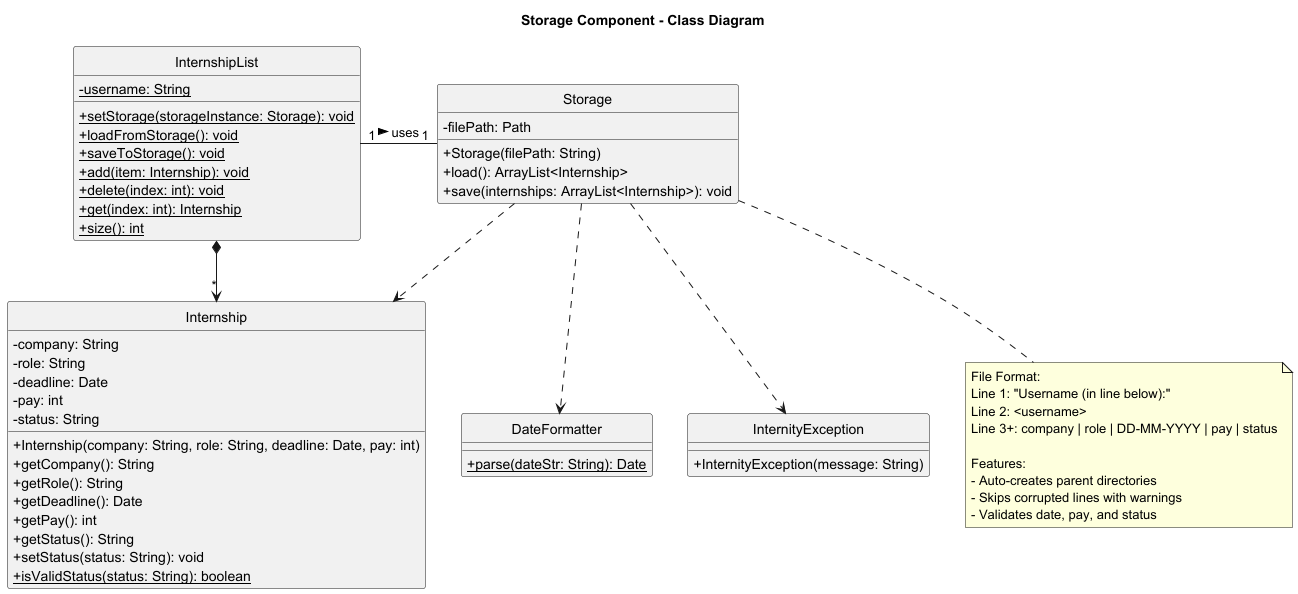
AY2526S1-CS2113-W14-4/tp keeps this PlantUML diagram as docs/diagrams/StorageCD.png. Above is the earlier version.
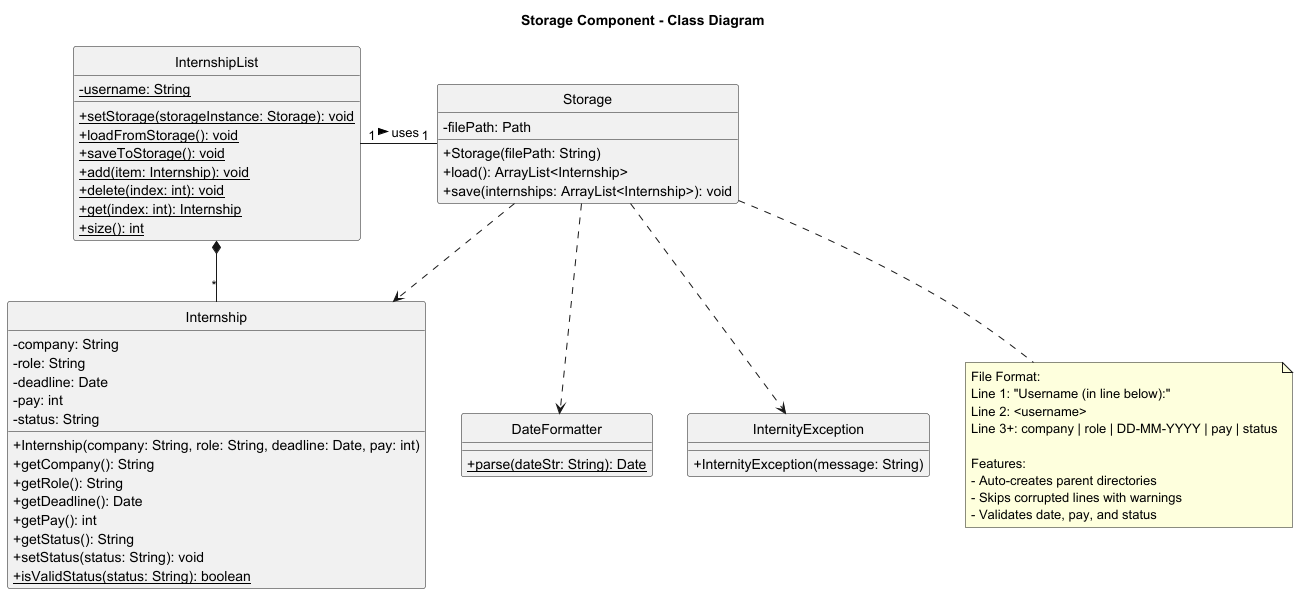
Later version of the same file.

The edit, as a diff of the source:
```diff
@@ -64,6 +64,6 @@
 Storage ..> DateFormatter
 Storage ..> InternityException
 InternshipList "1" - "1" Storage : uses >
-InternshipList *--> "*" Internship
+InternshipList *-- "*" Internship
 
 @enduml
```
